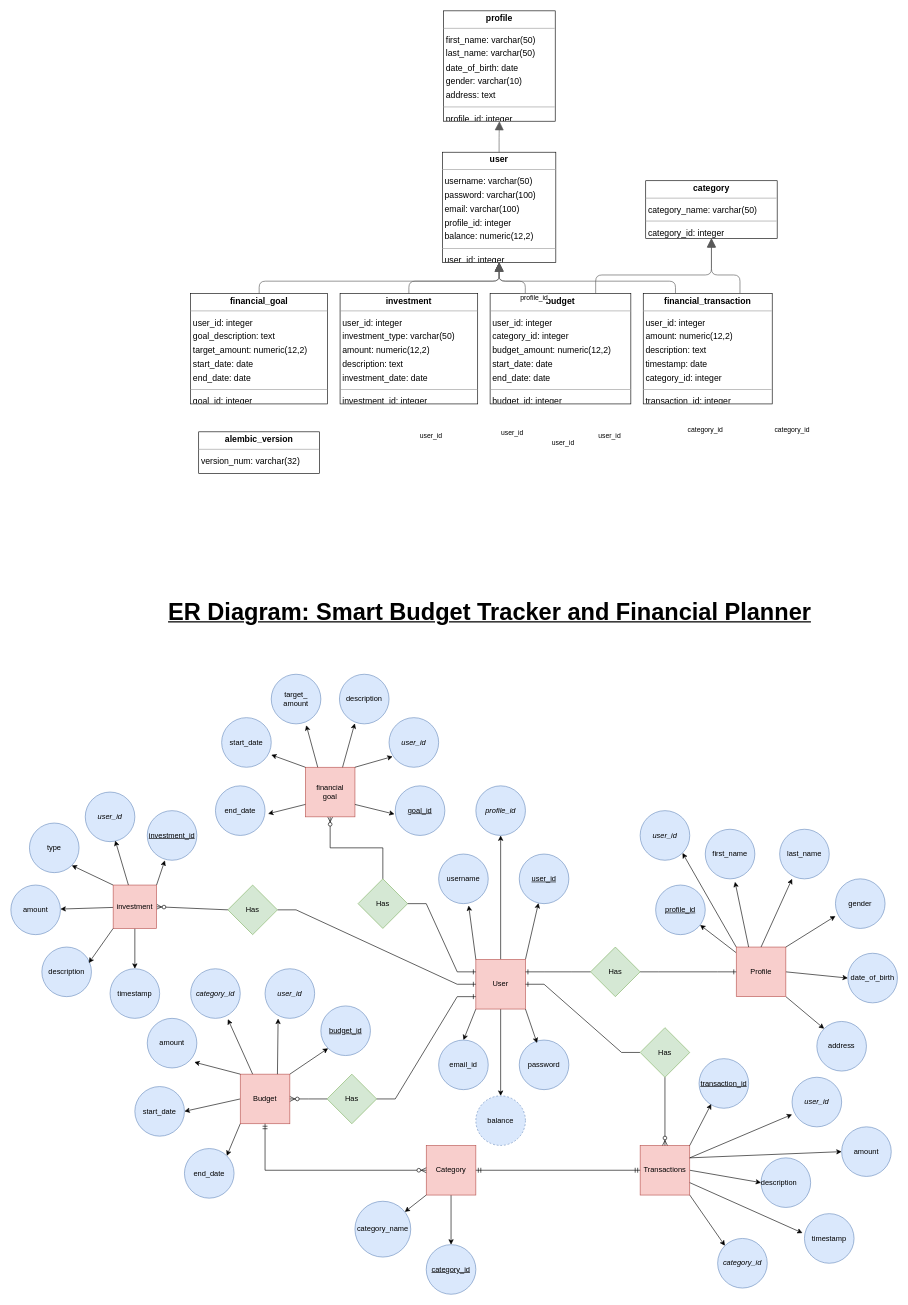
The draw.io diagram ER_diagram_rdbms_project.drawio in last-brain-cell/draw.io_drawings, before the edit. Source tidied: cells renumbered, new cells numbered last; positions are measured from the earlier drawing's top-left corner, leaving out a move shared by most shapes. Both pictures are drawn from the tidied source at 62%, with x=0, y=0 at pixel (11, 11).
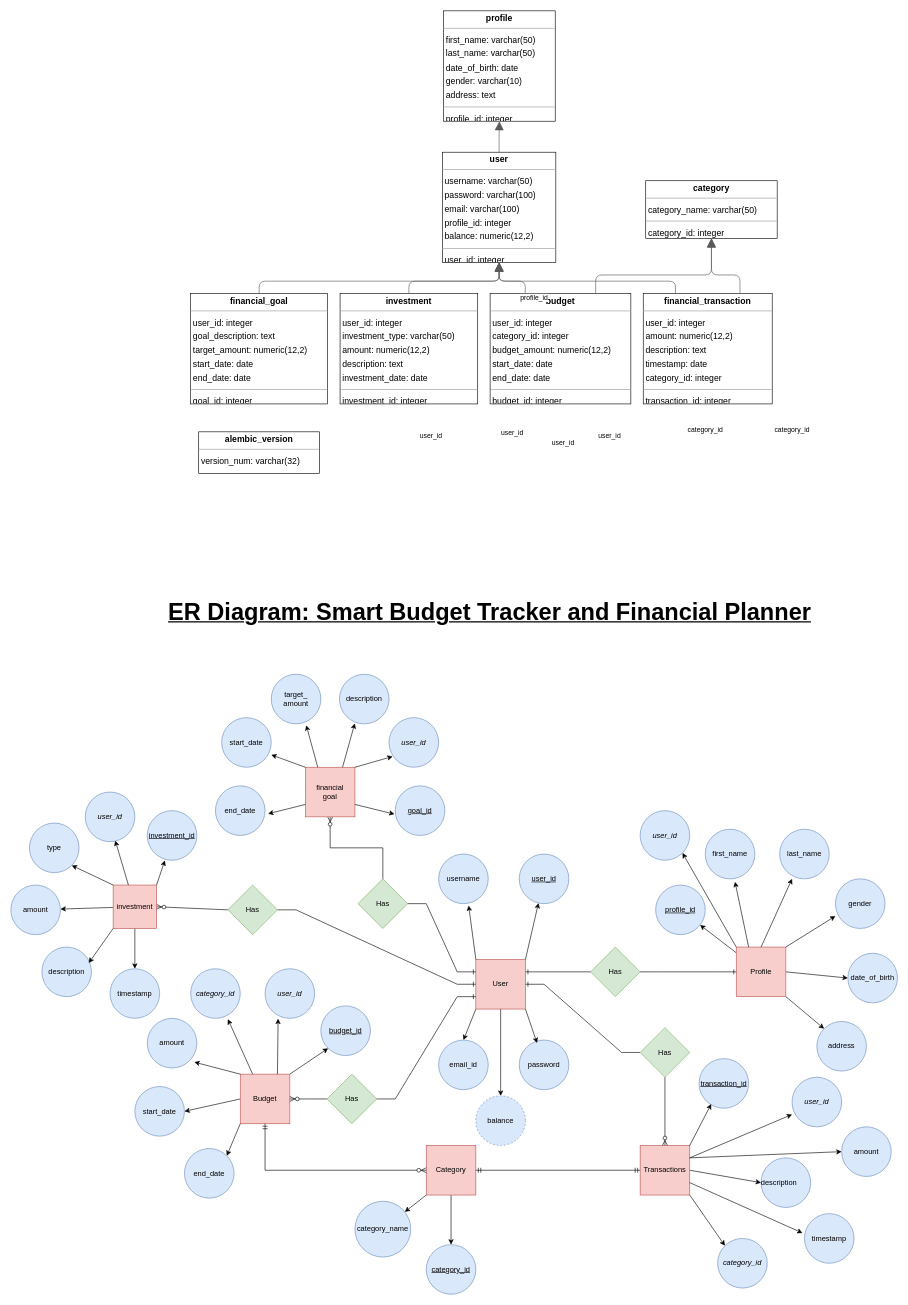
The same page after the edit.

The change refers to these unchanged cells:
```xml
<mxCell id="6" value="User" style="whiteSpace=wrap;html=1;fillColor=#f8cecc;strokeColor=#b85450;" parent="1" vertex="1">
  <mxGeometry x="750" y="1530" width="80" height="80" as="geometry" />
</mxCell>
```

What changed in the source:
```diff
@@
-    <mxCell id="3" style="edgeStyle=orthogonalEdgeStyle;rounded=0;jettySize=auto;html=1;exitX=0.5;exitY=0;exitDx=0;exitDy=0;entryX=0.5;entryY=1;entryDx=0;entryDy=0;" parent="1" edge="1" source="6" target="11">
-      <mxGeometry relative="1" as="geometry" />
-    </mxCell>
@@
-    <mxCell id="11" value="&lt;i&gt;profile_id&lt;/i&gt;" style="ellipse;whiteSpace=wrap;html=1;fillColor=#dae8fc;strokeColor=#6c8ebf;" parent="1" vertex="1">
-      <mxGeometry x="750" y="1250" width="80" height="80" as="geometry" />
-    </mxCell>
```
